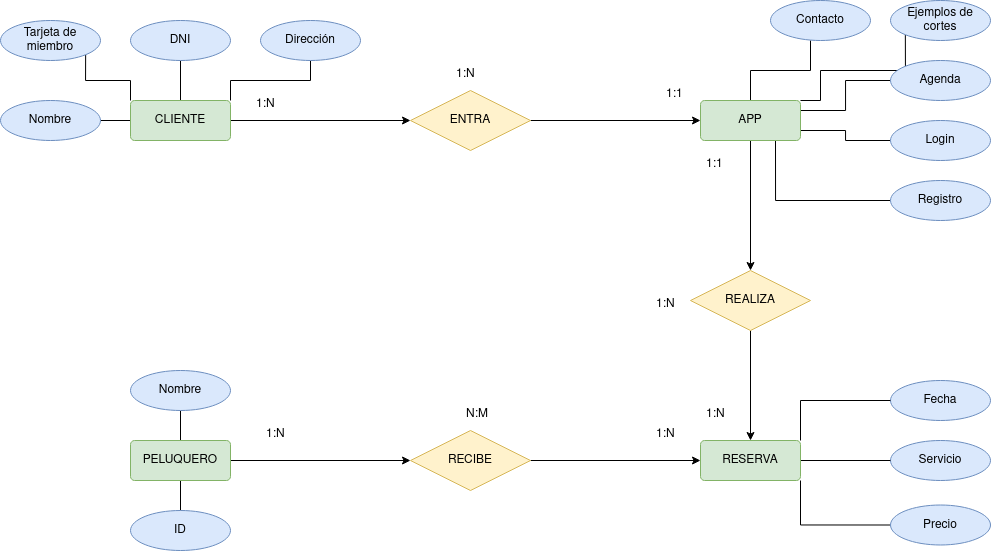
Above: doc/Entidad relacion/ES-Modelo_entidad_relacion.drawio.png in colidom/proyecto-ets (draw.io), before the change. Source tidied: cells renumbered, new cells last; positions are measured from the earlier drawing's top-left corner, leaving out a move shared by most shapes.
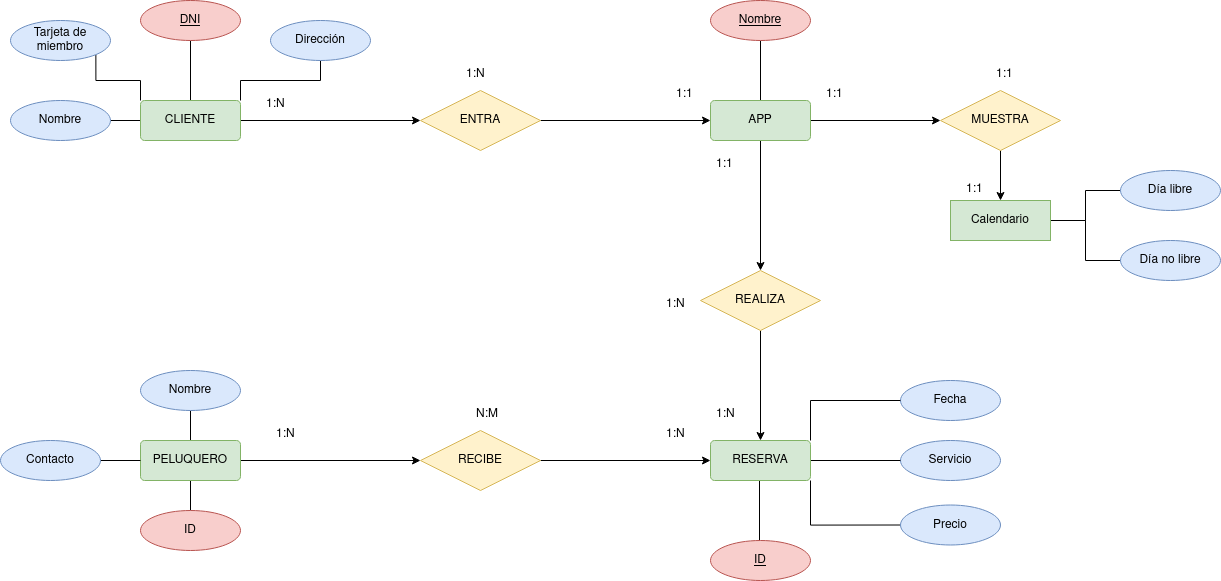
The same file after the commit.

The edit, as a diff of the source:
```diff
@@ -29,45 +29,18 @@
     <mxCell id="10" value="Fecha" style="ellipse;whiteSpace=wrap;html=1;align=center;fillColor=#dae8fc;strokeColor=#6c8ebf;" parent="1" vertex="1">
       <mxGeometry x="890" y="380" width="100" height="40" as="geometry" />
     </mxCell>
-    <mxCell id="11" style="edgeStyle=orthogonalEdgeStyle;rounded=0;jettySize=auto;html=1;exitX=0.5;exitY=0;exitDx=0;exitDy=0;entryX=0.4;entryY=1;entryDx=0;entryDy=0;entryPerimeter=0;endArrow=none;endFill=0;" parent="1" edge="1" source="17" target="26">
-      <mxGeometry relative="1" as="geometry" />
-    </mxCell>
-    <mxCell id="12" style="edgeStyle=orthogonalEdgeStyle;rounded=0;jettySize=auto;html=1;exitX=1;exitY=0.25;exitDx=0;exitDy=0;entryX=0;entryY=0.5;entryDx=0;entryDy=0;endArrow=none;endFill=0;" parent="1" edge="1" source="17" target="19">
-      <mxGeometry relative="1" as="geometry" />
-    </mxCell>
-    <mxCell id="13" style="edgeStyle=orthogonalEdgeStyle;rounded=0;jettySize=auto;html=1;exitX=1;exitY=0;exitDx=0;exitDy=0;entryX=0;entryY=1;entryDx=0;entryDy=0;endArrow=none;endFill=0;" parent="1" edge="1" source="17" target="18">
-      <mxGeometry relative="1" as="geometry">
-        <Array as="points">
-          <mxPoint x="820" y="100" />
-          <mxPoint x="820" y="70" />
-          <mxPoint x="905" y="70" />
-        </Array>
-      </mxGeometry>
-    </mxCell>
-    <mxCell id="14" style="edgeStyle=orthogonalEdgeStyle;rounded=0;jettySize=auto;html=1;exitX=1;exitY=0.75;exitDx=0;exitDy=0;entryX=0;entryY=0.5;entryDx=0;entryDy=0;endArrow=none;endFill=0;" parent="1" edge="1" source="17" target="20">
-      <mxGeometry relative="1" as="geometry" />
-    </mxCell>
-    <mxCell id="15" style="edgeStyle=orthogonalEdgeStyle;rounded=0;jettySize=auto;html=1;exitX=0.75;exitY=1;exitDx=0;exitDy=0;entryX=0;entryY=0.5;entryDx=0;entryDy=0;endArrow=none;endFill=0;" parent="1" edge="1" source="17" target="21">
-      <mxGeometry relative="1" as="geometry" />
-    </mxCell>
     <mxCell id="16" style="edgeStyle=orthogonalEdgeStyle;rounded=0;jettySize=auto;html=1;exitX=0.5;exitY=1;exitDx=0;exitDy=0;entryX=0.5;entryY=0;entryDx=0;entryDy=0;" parent="1" edge="1" source="17" target="29">
       <mxGeometry relative="1" as="geometry" />
     </mxCell>
+    <mxCell id="52" style="edgeStyle=orthogonalEdgeStyle;rounded=0;jettySize=auto;html=1;exitX=0.5;exitY=0;exitDx=0;exitDy=0;entryX=0.5;entryY=1;entryDx=0;entryDy=0;endArrow=none;endFill=0;" parent="1" edge="1" source="17" target="55">
+      <mxGeometry relative="1" as="geometry" />
+    </mxCell>
+    <mxCell id="53" style="edgeStyle=orthogonalEdgeStyle;rounded=0;jettySize=auto;html=1;exitX=1;exitY=0.5;exitDx=0;exitDy=0;entryX=0;entryY=0.5;entryDx=0;entryDy=0;" parent="1" edge="1" source="17" target="57">
+      <mxGeometry relative="1" as="geometry" />
+    </mxCell>
     <mxCell id="17" value="APP" style="rounded=1;arcSize=10;whiteSpace=wrap;html=1;align=center;fillColor=#d5e8d4;strokeColor=#82b366;" parent="1" vertex="1">
       <mxGeometry x="700" y="100" width="100" height="40" as="geometry" />
     </mxCell>
-    <mxCell id="18" value="Ejemplos de cortes" style="ellipse;whiteSpace=wrap;html=1;align=center;fillColor=#dae8fc;strokeColor=#6c8ebf;" parent="1" vertex="1">
-      <mxGeometry x="890" width="100" height="40" as="geometry" />
-    </mxCell>
-    <mxCell id="19" value="Agenda" style="ellipse;whiteSpace=wrap;html=1;align=center;fillColor=#dae8fc;strokeColor=#6c8ebf;" parent="1" vertex="1">
-      <mxGeometry x="890" y="60" width="100" height="40" as="geometry" />
-    </mxCell>
-    <mxCell id="20" value="Login" style="ellipse;whiteSpace=wrap;html=1;align=center;fillColor=#dae8fc;strokeColor=#6c8ebf;" parent="1" vertex="1">
-      <mxGeometry x="890" y="120" width="100" height="40" as="geometry" />
-    </mxCell>
-    <mxCell id="21" value="Registro" style="ellipse;whiteSpace=wrap;html=1;align=center;fillColor=#dae8fc;strokeColor=#6c8ebf;" parent="1" vertex="1">
-      <mxGeometry x="890" y="180" width="100" height="40" as="geometry" />
-    </mxCell>
     <mxCell id="22" value="Nombre" style="ellipse;whiteSpace=wrap;html=1;align=center;fillColor=#dae8fc;strokeColor=#6c8ebf;" parent="1" vertex="1">
       <mxGeometry y="100" width="100" height="40" as="geometry" />
     </mxCell>
@@ -77,12 +50,6 @@
     <mxCell id="24" value="Tarjeta de miembro" style="ellipse;whiteSpace=wrap;html=1;align=center;fillColor=#dae8fc;strokeColor=#6c8ebf;" parent="1" vertex="1">
       <mxGeometry y="20" width="100" height="40" as="geometry" />
     </mxCell>
-    <mxCell id="25" value="DNI" style="ellipse;whiteSpace=wrap;html=1;align=center;fillColor=#dae8fc;strokeColor=#6c8ebf;" parent="1" vertex="1">
-      <mxGeometry x="130" y="20" width="100" height="40" as="geometry" />
-    </mxCell>
-    <mxCell id="26" value="Contacto" style="ellipse;whiteSpace=wrap;html=1;align=center;fillColor=#dae8fc;strokeColor=#6c8ebf;" parent="1" vertex="1">
-      <mxGeometry x="770" width="100" height="40" as="geometry" />
-    </mxCell>
     <mxCell id="27" value="Servicio" style="ellipse;whiteSpace=wrap;html=1;align=center;fillColor=#dae8fc;strokeColor=#6c8ebf;" parent="1" vertex="1">
       <mxGeometry x="890" y="440" width="100" height="40" as="geometry" />
     </mxCell>
@@ -101,6 +68,12 @@
     <mxCell id="32" style="edgeStyle=orthogonalEdgeStyle;rounded=0;jettySize=auto;html=1;exitX=1;exitY=1;exitDx=0;exitDy=0;entryX=0;entryY=0.5;entryDx=0;entryDy=0;endArrow=none;endFill=0;" parent="1" edge="1" source="33" target="34">
       <mxGeometry relative="1" as="geometry" />
     </mxCell>
+    <mxCell id="54" style="edgeStyle=orthogonalEdgeStyle;rounded=0;orthogonalLoop=1;jettySize=auto;html=1;exitX=0.5;exitY=1;exitDx=0;exitDy=0;entryX=0.5;entryY=0;entryDx=0;entryDy=0;endArrow=none;endFill=0;" parent="1" edge="1">
+      <mxGeometry relative="1" as="geometry">
+        <mxPoint x="749" y="480" as="sourcePoint" />
+        <mxPoint x="749" y="540" as="targetPoint" />
+      </mxGeometry>
+    </mxCell>
     <mxCell id="33" value="RESERVA" style="rounded=1;arcSize=10;whiteSpace=wrap;html=1;align=center;fillColor=#d5e8d4;strokeColor=#82b366;" parent="1" vertex="1">
       <mxGeometry x="700" y="440" width="100" height="40" as="geometry" />
     </mxCell>
@@ -125,7 +98,7 @@
     <mxCell id="40" value="PELUQUERO" style="rounded=1;arcSize=10;whiteSpace=wrap;html=1;align=center;fillColor=#d5e8d4;strokeColor=#82b366;" parent="1" vertex="1">
       <mxGeometry x="130" y="440" width="100" height="40" as="geometry" />
     </mxCell>
-    <mxCell id="41" value="ID" style="ellipse;whiteSpace=wrap;html=1;align=center;fillColor=#dae8fc;strokeColor=#6c8ebf;" parent="1" vertex="1">
+    <mxCell id="41" value="ID" style="ellipse;whiteSpace=wrap;html=1;align=center;fillColor=#f8cecc;strokeColor=#b85450;" parent="1" vertex="1">
       <mxGeometry x="130" y="510" width="100" height="40" as="geometry" />
     </mxCell>
     <mxCell id="42" value="Nombre" style="ellipse;whiteSpace=wrap;html=1;align=center;fillColor=#dae8fc;strokeColor=#6c8ebf;" parent="1" vertex="1">
@@ -158,5 +131,50 @@
     <mxCell id="51" value="1:N" style="text;strokeColor=none;fillColor=none;spacingLeft=4;spacingRight=4;overflow=hidden;fontSize=12;whiteSpace=wrap;html=1;" parent="1" vertex="1">
       <mxGeometry x="650" y="290" width="40" height="30" as="geometry" />
     </mxCell>
+    <mxCell id="25" value="DNI" style="ellipse;whiteSpace=wrap;html=1;align=center;fontStyle=4;fillColor=#f8cecc;strokeColor=#b85450;" parent="1" vertex="1">
+      <mxGeometry x="130" width="100" height="40" as="geometry" />
+    </mxCell>
+    <mxCell id="55" value="Nombre" style="ellipse;whiteSpace=wrap;html=1;align=center;fontStyle=4;fillColor=#f8cecc;strokeColor=#b85450;" parent="1" vertex="1">
+      <mxGeometry x="700" width="100" height="40" as="geometry" />
+    </mxCell>
+    <mxCell id="56" style="edgeStyle=orthogonalEdgeStyle;rounded=0;jettySize=auto;html=1;exitX=0.5;exitY=1;exitDx=0;exitDy=0;entryX=0.5;entryY=0;entryDx=0;entryDy=0;" parent="1" edge="1" source="57" target="60">
+      <mxGeometry relative="1" as="geometry" />
+    </mxCell>
+    <mxCell id="57" value="MUESTRA" style="shape=rhombus;perimeter=rhombusPerimeter;whiteSpace=wrap;html=1;align=center;fillColor=#fff2cc;strokeColor=#d6b656;" parent="1" vertex="1">
+      <mxGeometry x="930" y="90" width="120" height="60" as="geometry" />
+    </mxCell>
+    <mxCell id="58" style="edgeStyle=orthogonalEdgeStyle;rounded=0;jettySize=auto;html=1;exitX=1;exitY=0.5;exitDx=0;exitDy=0;entryX=0;entryY=0.5;entryDx=0;entryDy=0;endArrow=none;endFill=0;" parent="1" edge="1" source="60" target="61">
+      <mxGeometry relative="1" as="geometry" />
+    </mxCell>
+    <mxCell id="59" style="edgeStyle=orthogonalEdgeStyle;rounded=0;jettySize=auto;html=1;exitX=1;exitY=0.5;exitDx=0;exitDy=0;entryX=0;entryY=0.5;entryDx=0;entryDy=0;endArrow=none;endFill=0;" parent="1" edge="1" source="60" target="62">
+      <mxGeometry relative="1" as="geometry" />
+    </mxCell>
+    <mxCell id="60" value="Calendario" style="whiteSpace=wrap;html=1;align=center;fillColor=#d5e8d4;strokeColor=#82b366;" parent="1" vertex="1">
+      <mxGeometry x="940" y="200" width="100" height="40" as="geometry" />
+    </mxCell>
+    <mxCell id="61" value="Día libre" style="ellipse;whiteSpace=wrap;html=1;align=center;fillColor=#dae8fc;strokeColor=#6c8ebf;" parent="1" vertex="1">
+      <mxGeometry x="1110" y="170" width="100" height="40" as="geometry" />
+    </mxCell>
+    <mxCell id="62" value="Día no libre" style="ellipse;whiteSpace=wrap;html=1;align=center;fillColor=#dae8fc;strokeColor=#6c8ebf;" parent="1" vertex="1">
+      <mxGeometry x="1110" y="240" width="100" height="40" as="geometry" />
+    </mxCell>
+    <mxCell id="63" value="1:1" style="text;strokeColor=none;fillColor=none;spacingLeft=4;spacingRight=4;overflow=hidden;fontSize=12;whiteSpace=wrap;html=1;" parent="1" vertex="1">
+      <mxGeometry x="810" y="80" width="40" height="30" as="geometry" />
+    </mxCell>
+    <mxCell id="64" value="1:1" style="text;strokeColor=none;fillColor=none;spacingLeft=4;spacingRight=4;overflow=hidden;fontSize=12;whiteSpace=wrap;html=1;" parent="1" vertex="1">
+      <mxGeometry x="950" y="175" width="40" height="30" as="geometry" />
+    </mxCell>
+    <mxCell id="65" value="1:1" style="text;strokeColor=none;fillColor=none;spacingLeft=4;spacingRight=4;overflow=hidden;fontSize=12;whiteSpace=wrap;html=1;" parent="1" vertex="1">
+      <mxGeometry x="980" y="60" width="40" height="30" as="geometry" />
+    </mxCell>
+    <mxCell id="66" value="ID" style="ellipse;whiteSpace=wrap;html=1;align=center;fontStyle=4;fillColor=#f8cecc;strokeColor=#b85450;" parent="1" vertex="1">
+      <mxGeometry x="700" y="540" width="100" height="40" as="geometry" />
+    </mxCell>
+    <mxCell id="67" style="edgeStyle=orthogonalEdgeStyle;rounded=0;jettySize=auto;html=1;exitX=1;exitY=0.5;exitDx=0;exitDy=0;entryX=0;entryY=0.5;entryDx=0;entryDy=0;endArrow=none;endFill=0;" parent="1" edge="1" source="26" target="40">
+      <mxGeometry relative="1" as="geometry" />
+    </mxCell>
+    <mxCell id="26" value="Contacto" style="ellipse;whiteSpace=wrap;html=1;align=center;fillColor=#dae8fc;strokeColor=#6c8ebf;" parent="1" vertex="1">
+      <mxGeometry x="-10" y="440" width="100" height="40" as="geometry" />
+    </mxCell>
   </root>
 </mxGraphModel>
```
